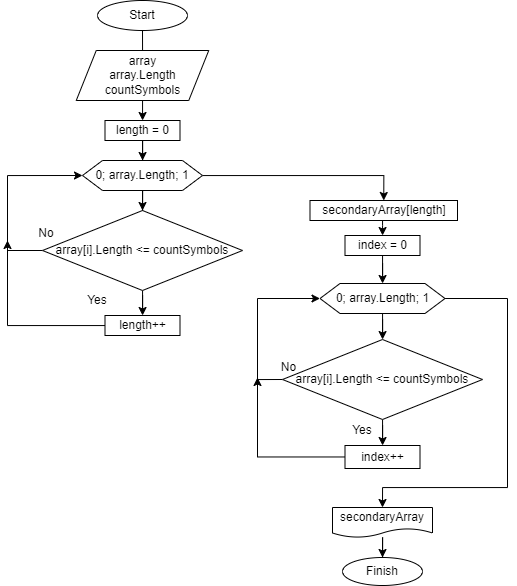
The draw.io diagram Algoritm.drawio.png in ElenaFat918/ControlWork, before a commit. Source tidied: cells renumbered, new cells last; positions are measured from the earlier drawing's top-left corner, leaving out a move shared by most shapes.
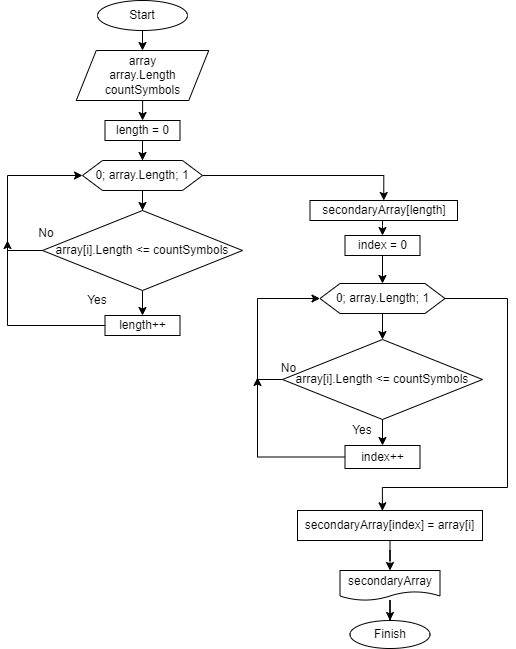
Above is the later version.

The edit, as a diff of the source:
```diff
@@ -9,7 +9,7 @@
       <mxGeometry x="90" width="90" height="30" as="geometry" />
     </mxCell>
     <mxCell id="4" value="Finish" style="ellipse;whiteSpace=wrap;html=1;" parent="1" vertex="1">
-      <mxGeometry x="335" y="557" width="80" height="28" as="geometry" />
+      <mxGeometry x="342.5" y="620" width="80" height="28" as="geometry" />
     </mxCell>
     <mxCell id="5" style="edgeStyle=orthogonalEdgeStyle;rounded=0;jettySize=auto;html=1;entryX=0.5;entryY=0;entryDx=0;entryDy=0;" parent="1" edge="1" source="6" target="8">
       <mxGeometry relative="1" as="geometry" />
@@ -67,7 +67,7 @@
       <mxGeometry relative="1" as="geometry" />
     </mxCell>
     <mxCell id="19" value="secondaryArray" style="shape=document;whiteSpace=wrap;html=1;boundedLbl=1;" parent="1" vertex="1">
-      <mxGeometry x="325" y="507" width="100" height="30" as="geometry" />
+      <mxGeometry x="332.5" y="570" width="100" height="30" as="geometry" />
     </mxCell>
     <mxCell id="20" style="edgeStyle=orthogonalEdgeStyle;rounded=0;jettySize=auto;html=1;entryX=0.5;entryY=0;entryDx=0;entryDy=0;" parent="1" edge="1" source="22">
       <mxGeometry relative="1" as="geometry">
@@ -89,12 +89,13 @@
     <mxCell id="25" style="edgeStyle=orthogonalEdgeStyle;rounded=0;jettySize=auto;html=1;" parent="1" edge="1" source="27" target="30">
       <mxGeometry relative="1" as="geometry" />
     </mxCell>
-    <mxCell id="26" style="edgeStyle=orthogonalEdgeStyle;rounded=0;jettySize=auto;html=1;entryX=0.5;entryY=0;entryDx=0;entryDy=0;" parent="1" edge="1" source="27" target="19">
+    <mxCell id="26" style="edgeStyle=orthogonalEdgeStyle;rounded=0;jettySize=auto;html=1;entryX=0.459;entryY=0.011;entryDx=0;entryDy=0;entryPerimeter=0;" parent="1" edge="1" source="27" target="36">
       <mxGeometry relative="1" as="geometry">
         <Array as="points">
           <mxPoint x="500" y="298" />
           <mxPoint x="500" y="487" />
           <mxPoint x="375" y="487" />
+          <mxPoint x="375" y="510" />
         </Array>
       </mxGeometry>
     </mxCell>
@@ -129,5 +130,11 @@
     <mxCell id="34" value="No" style="text;html=1;strokeColor=none;fillColor=none;align=center;verticalAlign=middle;whiteSpace=wrap;rounded=0;" parent="1" vertex="1">
       <mxGeometry x="253.8" y="357" width="55" height="21" as="geometry" />
     </mxCell>
+    <mxCell id="35" style="edgeStyle=orthogonalEdgeStyle;rounded=0;jettySize=auto;html=1;entryX=0.5;entryY=0;entryDx=0;entryDy=0;" parent="1" edge="1" source="36" target="19">
+      <mxGeometry relative="1" as="geometry" />
+    </mxCell>
+    <mxCell id="36" value="secondaryArray[index] = array[i]" style="rounded=0;whiteSpace=wrap;html=1;" parent="1" vertex="1">
+      <mxGeometry x="290" y="510" width="185" height="30" as="geometry" />
+    </mxCell>
   </root>
 </mxGraphModel>
```
